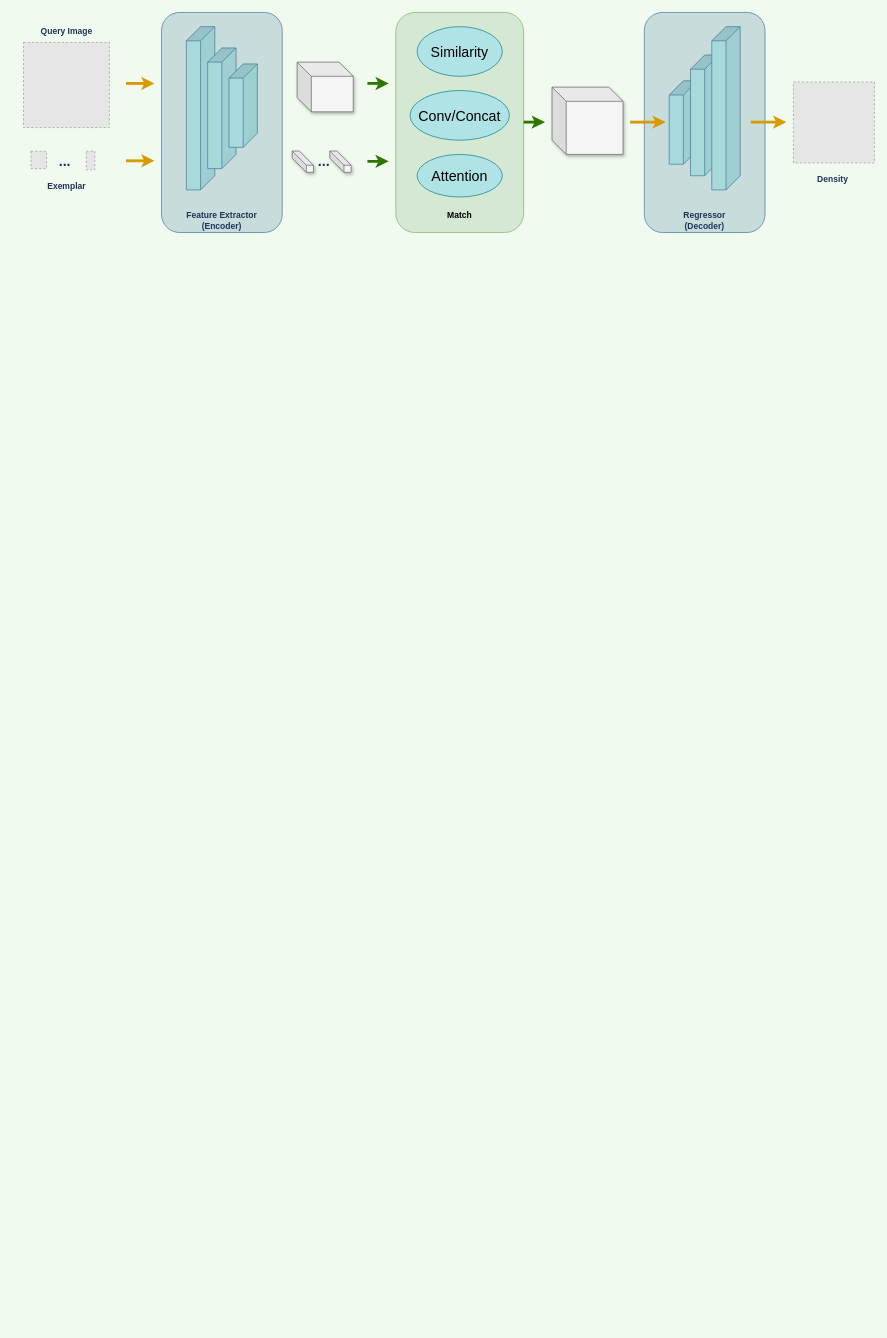
hzg0505/AI keeps this draw.io diagram as 未命名绘图.drawio. Above is the earlier version. Source tidied: cells renumbered, new cells numbered last; positions are measured from the earlier drawing's top-left corner, leaving out a move shared by most shapes. Both pictures are drawn from the tidied source at 71%, with x=0, y=0 at pixel (12, 12). Pictures stored in the file or linked from it are replaced by grey dashed boxes.
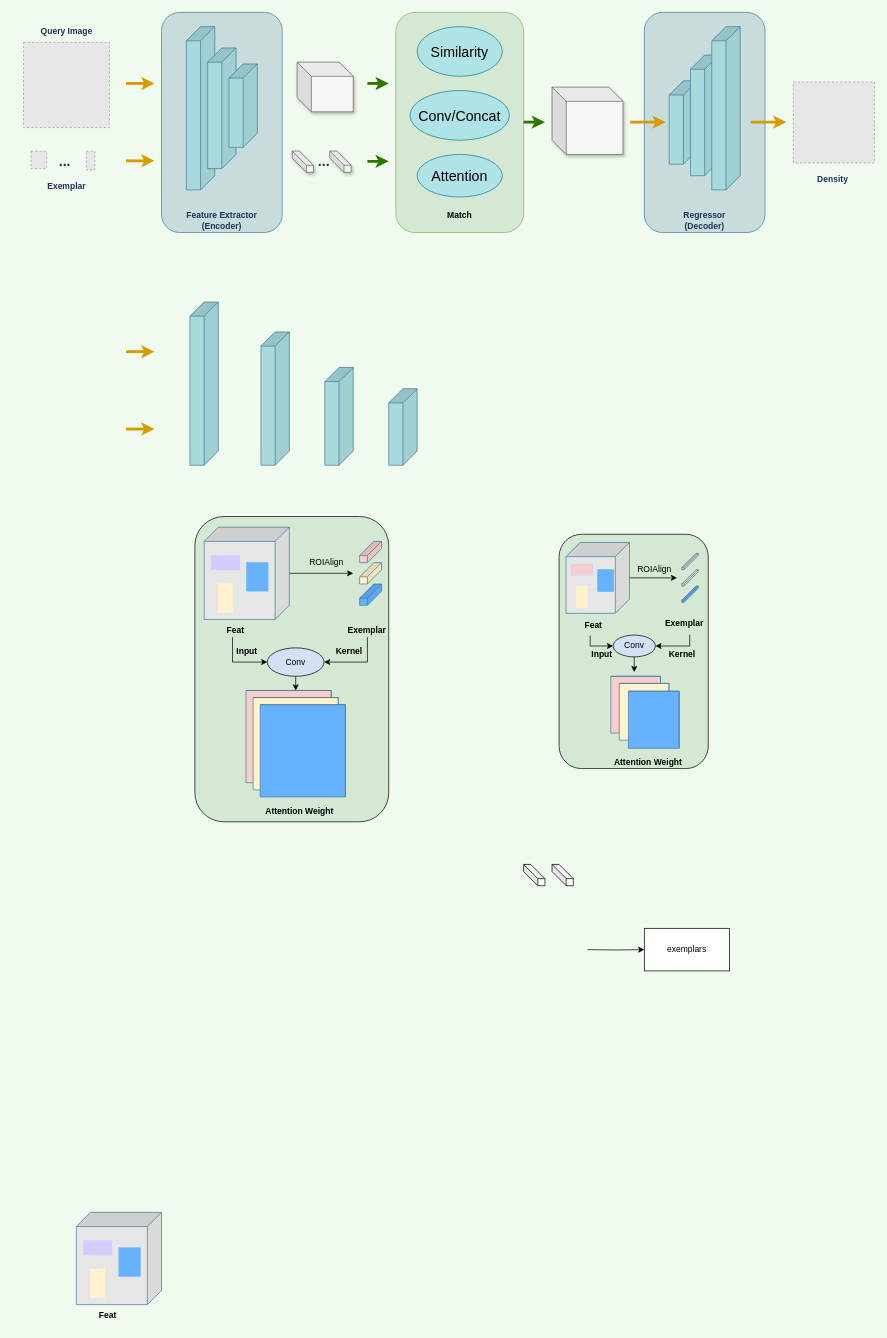
After the change.

Commit message:
更新未命名绘图.drawio

Change to the diagram source:
```diff
@@
+    <mxCell id="39" style="rounded=1;whiteSpace=wrap;html=1;fillColor=#D5E8D4;" parent="1" vertex="1">
+      <mxGeometry x="257" y="710" width="273" height="430" as="geometry" />
+    </mxCell>
@@
+    <mxCell id="40" style="endArrow=classic;html=1;rounded=0;strokeColor=#d79b00;fontSize=20;fontColor=#1D3557;fillColor=#ffcd28;gradientColor=#ffa500;strokeWidth=4;" parent="1" edge="1">
+      <mxGeometry relative="1" as="geometry">
+        <mxPoint x="160" y="586.8" as="sourcePoint" />
+        <mxPoint x="200" y="586.8" as="targetPoint" />
+      </mxGeometry>
+    </mxCell>
+    <mxCell id="41" style="endArrow=classic;html=1;rounded=0;strokeColor=#d79b00;fontSize=20;fontColor=#1D3557;fillColor=#ffcd28;gradientColor=#ffa500;strokeWidth=4;" parent="1" edge="1">
+      <mxGeometry relative="1" as="geometry">
+        <mxPoint x="160" y="477.8" as="sourcePoint" />
+        <mxPoint x="200" y="477.8" as="targetPoint" />
+      </mxGeometry>
+    </mxCell>
+    <mxCell id="42" style="shape=cube;whiteSpace=wrap;html=1;boundedLbl=1;backgroundOutline=1;darkOpacity=0.05;darkOpacity2=0.1;direction=south;fillColor=#A8DADC;strokeColor=#457B9D;sketch=0;fontColor=#1D3557;" parent="1" vertex="1">
+      <mxGeometry x="250" y="407.8" width="40" height="230" as="geometry" />
+    </mxCell>
+    <mxCell id="43" style="shape=cube;whiteSpace=wrap;html=1;boundedLbl=1;backgroundOutline=1;darkOpacity=0.05;darkOpacity2=0.1;direction=south;fillColor=#A8DADC;strokeColor=#457B9D;sketch=0;fontColor=#1D3557;" parent="1" vertex="1">
+      <mxGeometry x="350" y="450" width="40" height="187.8" as="geometry" />
+    </mxCell>
+    <mxCell id="44" style="shape=cube;whiteSpace=wrap;html=1;boundedLbl=1;backgroundOutline=1;darkOpacity=0.05;darkOpacity2=0.1;direction=south;fillColor=#A8DADC;strokeColor=#457B9D;sketch=0;fontColor=#1D3557;" parent="1" vertex="1">
+      <mxGeometry x="440" y="500" width="40" height="137.8" as="geometry" />
+    </mxCell>
+    <mxCell id="45" style="shape=cube;whiteSpace=wrap;html=1;boundedLbl=1;backgroundOutline=1;darkOpacity=0.05;darkOpacity2=0.1;direction=south;fillColor=#A8DADC;strokeColor=#457B9D;sketch=0;fontColor=#1D3557;" parent="1" vertex="1">
+      <mxGeometry x="530" y="530" width="40" height="107.8" as="geometry" />
+    </mxCell>
+    <mxCell id="46" style="edgeStyle=orthogonalEdgeStyle;rounded=0;jettySize=auto;html=1;" parent="1" edge="1" source="47">
+      <mxGeometry relative="1" as="geometry">
+        <mxPoint x="480" y="790" as="targetPoint" />
+      </mxGeometry>
+    </mxCell>
+    <mxCell id="47" style="shape=cube;whiteSpace=wrap;html=1;boundedLbl=1;backgroundOutline=1;darkOpacity=0.05;darkOpacity2=0.1;direction=south;fillColor=#E6E6E6;strokeColor=#457B9D;sketch=0;fontColor=#1D3557;" parent="1" vertex="1">
+      <mxGeometry x="270" y="725" width="120" height="130" as="geometry" />
+    </mxCell>
+    <mxCell id="48" style="shape=cube;whiteSpace=wrap;html=1;boundedLbl=1;backgroundOutline=1;darkOpacity=0.05;darkOpacity2=0.1;direction=south;fillColor=#F8CECC;strokeColor=#457B9D;sketch=0;fontColor=#1D3557;" parent="1" vertex="1">
+      <mxGeometry x="489" y="745" width="31" height="30" as="geometry" />
+    </mxCell>
+    <mxCell id="49" value="ROIAlign" style="text;html=1;align=center;verticalAlign=middle;strokeColor=none;fillColor=none;" parent="1" vertex="1">
+      <mxGeometry x="407" y="760" width="70" height="30" as="geometry" />
+    </mxCell>
+    <mxCell id="50" style="shape=cube;whiteSpace=wrap;html=1;boundedLbl=1;backgroundOutline=1;darkOpacity=0.05;darkOpacity2=0.1;direction=south;fillColor=#FFF2CC;strokeColor=#457B9D;sketch=0;fontColor=#1D3557;" parent="1" vertex="1">
+      <mxGeometry x="489" y="775" width="31" height="30" as="geometry" />
+    </mxCell>
+    <mxCell id="51" style="shape=cube;whiteSpace=wrap;html=1;boundedLbl=1;backgroundOutline=1;darkOpacity=0.05;darkOpacity2=0.1;direction=south;fillColor=#66B2FF;strokeColor=#457B9D;sketch=0;fontColor=#1D3557;" parent="1" vertex="1">
+      <mxGeometry x="489" y="805" width="31" height="30" as="geometry" />
+    </mxCell>
+    <mxCell id="52" style="rounded=0;whiteSpace=wrap;html=1;strokeColor=#D3CCFF;fillColor=#D3CCFF;shadow=0;" parent="1" vertex="1">
+      <mxGeometry x="280" y="765" width="40" height="20" as="geometry" />
+    </mxCell>
+    <mxCell id="53" style="rounded=0;whiteSpace=wrap;html=1;strokeColor=#FFF2CC;fillColor=#FFF2CC;shadow=0;" parent="1" vertex="1">
+      <mxGeometry x="290" y="805" width="20" height="40" as="geometry" />
+    </mxCell>
+    <mxCell id="54" style="rounded=0;whiteSpace=wrap;html=1;strokeColor=#66B2FF;fillColor=#66B2FF;shadow=0;" parent="1" vertex="1">
+      <mxGeometry x="330" y="775" width="30" height="40" as="geometry" />
+    </mxCell>
+    <mxCell id="55" style="edgeStyle=orthogonalEdgeStyle;rounded=0;jettySize=auto;html=1;entryX=1;entryY=0.5;entryDx=0;entryDy=0;" parent="1" edge="1" target="60">
+      <mxGeometry relative="1" as="geometry">
+        <mxPoint x="500" y="880" as="sourcePoint" />
+        <Array as="points">
+          <mxPoint x="500" y="915" />
+        </Array>
+      </mxGeometry>
+    </mxCell>
+    <mxCell id="56" value="&lt;b&gt;Exemplar&lt;/b&gt;" style="text;html=1;align=center;verticalAlign=middle;strokeColor=none;fillColor=none;" parent="1" vertex="1">
+      <mxGeometry x="459" y="855" width="80" height="30" as="geometry" />
+    </mxCell>
+    <mxCell id="57" style="edgeStyle=orthogonalEdgeStyle;rounded=0;jettySize=auto;html=1;" parent="1" edge="1" target="60">
+      <mxGeometry relative="1" as="geometry">
+        <mxPoint x="310" y="880" as="sourcePoint" />
+        <Array as="points">
+          <mxPoint x="310" y="880" />
+          <mxPoint x="310" y="915" />
+        </Array>
+      </mxGeometry>
+    </mxCell>
+    <mxCell id="58" value="&lt;b&gt;Feat&lt;/b&gt;" style="text;html=1;align=center;verticalAlign=middle;strokeColor=none;fillColor=none;" parent="1" vertex="1">
+      <mxGeometry x="289" y="855" width="50" height="30" as="geometry" />
+    </mxCell>
+    <mxCell id="59" style="edgeStyle=orthogonalEdgeStyle;rounded=0;jettySize=auto;html=1;" parent="1" edge="1" source="60">
+      <mxGeometry relative="1" as="geometry">
+        <mxPoint x="399" y="955" as="targetPoint" />
+      </mxGeometry>
+    </mxCell>
+    <mxCell id="60" value="Conv" style="ellipse;whiteSpace=wrap;html=1;fillColor=#D4E1F5;" parent="1" vertex="1">
+      <mxGeometry x="359" y="895" width="80" height="40" as="geometry" />
+    </mxCell>
+    <mxCell id="61" value="&lt;b&gt;Input&lt;/b&gt;" style="text;html=1;align=center;verticalAlign=middle;strokeColor=none;fillColor=none;" parent="1" vertex="1">
+      <mxGeometry x="305" y="885" width="50" height="30" as="geometry" />
+    </mxCell>
+    <mxCell id="62" value="&lt;b&gt;Kernel&lt;/b&gt;" style="text;html=1;align=center;verticalAlign=middle;strokeColor=none;fillColor=none;" parent="1" vertex="1">
+      <mxGeometry x="444" y="885" width="60" height="30" as="geometry" />
+    </mxCell>
+    <mxCell id="63" style="shape=cube;whiteSpace=wrap;html=1;boundedLbl=1;backgroundOutline=1;darkOpacity=0.05;darkOpacity2=0.1;direction=south;fillColor=#F8CECC;strokeColor=#457B9D;sketch=0;fontColor=#1D3557;size=0;" parent="1" vertex="1">
+      <mxGeometry x="329" y="955" width="120" height="130" as="geometry" />
+    </mxCell>
+    <mxCell id="64" value="&lt;b&gt;Attention Weight&lt;/b&gt;" style="text;html=1;align=center;verticalAlign=middle;strokeColor=none;fillColor=none;" parent="1" vertex="1">
+      <mxGeometry x="344" y="1110" width="120" height="30" as="geometry" />
+    </mxCell>
+    <mxCell id="65" style="shape=cube;whiteSpace=wrap;html=1;boundedLbl=1;backgroundOutline=1;darkOpacity=0.05;darkOpacity2=0.1;direction=south;fillColor=#FFF2CC;strokeColor=#457B9D;sketch=0;fontColor=#1D3557;size=0;" parent="1" vertex="1">
+      <mxGeometry x="339" y="965" width="120" height="130" as="geometry" />
+    </mxCell>
+    <mxCell id="66" style="shape=cube;whiteSpace=wrap;html=1;boundedLbl=1;backgroundOutline=1;darkOpacity=0.05;darkOpacity2=0.1;direction=south;fillColor=#66B2FF;strokeColor=#457B9D;sketch=0;fontColor=#1D3557;size=0;" parent="1" vertex="1">
+      <mxGeometry x="349" y="975" width="120" height="130" as="geometry" />
+    </mxCell>
+    <mxCell id="67" style="group;" parent="1" vertex="1">
+      <mxGeometry x="770" y="735" width="210" height="330" as="geometry" />
+    </mxCell>
+    <mxCell id="68" style="rounded=1;whiteSpace=wrap;html=1;fillColor=#D5E8D4;" parent="67" vertex="1">
+      <mxGeometry width="210" height="330" as="geometry" />
+    </mxCell>
+    <mxCell id="69" style="edgeStyle=orthogonalEdgeStyle;rounded=0;jettySize=auto;html=1;" parent="67" edge="1" source="70">
+      <mxGeometry relative="1" as="geometry">
+        <mxPoint x="166.1" y="61.4" as="targetPoint" />
+      </mxGeometry>
+    </mxCell>
+    <mxCell id="70" style="shape=cube;whiteSpace=wrap;html=1;boundedLbl=1;backgroundOutline=1;darkOpacity=0.05;darkOpacity2=0.1;direction=south;fillColor=#E6E6E6;strokeColor=#457B9D;sketch=0;fontColor=#1D3557;" parent="67" vertex="1">
+      <mxGeometry x="9.7" y="11.5" width="89.4" height="99.8" as="geometry" />
+    </mxCell>
+    <mxCell id="71" style="shape=cube;whiteSpace=wrap;html=1;boundedLbl=1;backgroundOutline=1;darkOpacity=0.05;darkOpacity2=0.1;direction=south;fillColor=#F8CECC;strokeColor=#457B9D;sketch=0;fontColor=#1D3557;" parent="67" vertex="1">
+      <mxGeometry x="172.8" y="26.9" width="23.1" height="23" as="geometry" />
+    </mxCell>
+    <mxCell id="72" value="ROIAlign" style="text;html=1;align=center;verticalAlign=middle;strokeColor=none;fillColor=none;" parent="67" vertex="1">
+      <mxGeometry x="99.1" y="35.3" width="70" height="30" as="geometry" />
+    </mxCell>
+    <mxCell id="73" style="shape=cube;whiteSpace=wrap;html=1;boundedLbl=1;backgroundOutline=1;darkOpacity=0.05;darkOpacity2=0.1;direction=south;fillColor=#FFF2CC;strokeColor=#457B9D;sketch=0;fontColor=#1D3557;" parent="67" vertex="1">
+      <mxGeometry x="172.8" y="49.9" width="23.1" height="23" as="geometry" />
+    </mxCell>
+    <mxCell id="74" style="shape=cube;whiteSpace=wrap;html=1;boundedLbl=1;backgroundOutline=1;darkOpacity=0.05;darkOpacity2=0.1;direction=south;fillColor=#66B2FF;strokeColor=#457B9D;sketch=0;fontColor=#1D3557;" parent="67" vertex="1">
+      <mxGeometry x="172.8" y="72.9" width="23.1" height="23" as="geometry" />
+    </mxCell>
+    <mxCell id="75" style="rounded=0;whiteSpace=wrap;html=1;strokeColor=#D3CCFF;fillColor=#F8CECC;shadow=0;" parent="67" vertex="1">
+      <mxGeometry x="17.1" y="42.2" width="29.8" height="15.3" as="geometry" />
+    </mxCell>
+    <mxCell id="76" style="rounded=0;whiteSpace=wrap;html=1;strokeColor=#FFF2CC;fillColor=#FFF2CC;shadow=0;" parent="67" vertex="1">
+      <mxGeometry x="24.6" y="72.9" width="14.9" height="30.7" as="geometry" />
+    </mxCell>
+    <mxCell id="77" style="rounded=0;whiteSpace=wrap;html=1;strokeColor=#66B2FF;fillColor=#66B2FF;shadow=0;" parent="67" vertex="1">
+      <mxGeometry x="54.4" y="49.9" width="22.3" height="30.7" as="geometry" />
+    </mxCell>
+    <mxCell id="78" style="edgeStyle=orthogonalEdgeStyle;rounded=0;jettySize=auto;html=1;entryX=1;entryY=0.5;entryDx=0;entryDy=0;" parent="67" edge="1" source="79" target="82">
+      <mxGeometry relative="1" as="geometry">
+        <Array as="points">
+          <mxPoint x="184" y="157.2" />
+        </Array>
+      </mxGeometry>
+    </mxCell>
+    <mxCell id="79" value="&lt;b&gt;Exemplar&lt;/b&gt;" style="text;html=1;align=center;verticalAlign=middle;points=[];strokeColor=none;fillColor=none;" parent="67" vertex="1">
+      <mxGeometry x="135.5" y="111.3" width="80" height="30" as="geometry" />
+    </mxCell>
+    <mxCell id="80" style="edgeStyle=orthogonalEdgeStyle;rounded=0;jettySize=auto;html=1;entryX=0;entryY=0.5;entryDx=0;entryDy=0;" parent="67" edge="1" source="81" target="82">
+      <mxGeometry relative="1" as="geometry">
+        <Array as="points">
+          <mxPoint x="43.7" y="157.2" />
+        </Array>
+      </mxGeometry>
+    </mxCell>
+    <mxCell id="81" value="&lt;b&gt;Feat&lt;/b&gt;" style="text;html=1;align=center;verticalAlign=middle;points=[];strokeColor=none;fillColor=none;" parent="67" vertex="1">
+      <mxGeometry x="22.8" y="112.9" width="50" height="30" as="geometry" />
+    </mxCell>
+    <mxCell id="82" value="Conv" style="ellipse;whiteSpace=wrap;html=1;fillColor=#D4E1F5;" parent="67" vertex="1">
+      <mxGeometry x="76" y="142" width="59.6" height="30.7" as="geometry" />
+    </mxCell>
+    <mxCell id="83" value="&lt;b&gt;Input&lt;/b&gt;" style="text;html=1;align=center;verticalAlign=middle;strokeColor=none;fillColor=none;" parent="67" vertex="1">
+      <mxGeometry x="34.7" y="155.3" width="50" height="30" as="geometry" />
+    </mxCell>
+    <mxCell id="84" value="&lt;b&gt;Attention Weight&lt;/b&gt;" style="text;html=1;align=center;verticalAlign=middle;strokeColor=none;fillColor=none;" parent="67" vertex="1">
+      <mxGeometry x="64.8" y="307" width="120" height="30" as="geometry" />
+    </mxCell>
+    <mxCell id="85" style="endArrow=classic;html=1;rounded=0;exitX=0.5;exitY=1;exitDx=0;exitDy=0;" parent="67" edge="1" source="82">
+      <mxGeometry relative="1" as="geometry">
+        <mxPoint x="105.8" y="194.1" as="targetPoint" />
+      </mxGeometry>
+    </mxCell>
+    <mxCell id="86" value="&lt;b&gt;Kernel&lt;/b&gt;" style="text;html=1;align=center;verticalAlign=middle;strokeColor=none;fillColor=none;" parent="67" vertex="1">
+      <mxGeometry x="143" y="155.3" width="60" height="30" as="geometry" />
+    </mxCell>
+    <mxCell id="87" style="shape=cube;whiteSpace=wrap;html=1;boundedLbl=1;backgroundOutline=1;darkOpacity=0.05;darkOpacity2=0.1;direction=south;fillColor=#F8CECC;strokeColor=#457B9D;sketch=0;fontColor=#1D3557;size=0;" parent="67" vertex="1">
+      <mxGeometry x="72.8" y="200" width="70" height="80" as="geometry" />
+    </mxCell>
+    <mxCell id="88" style="shape=cube;whiteSpace=wrap;html=1;boundedLbl=1;backgroundOutline=1;darkOpacity=0.05;darkOpacity2=0.1;direction=south;fillColor=#FFF2CC;strokeColor=#457B9D;sketch=0;fontColor=#1D3557;size=0;" parent="67" vertex="1">
+      <mxGeometry x="84.7" y="210" width="70" height="80" as="geometry" />
+    </mxCell>
+    <mxCell id="89" style="shape=cube;whiteSpace=wrap;html=1;boundedLbl=1;backgroundOutline=1;darkOpacity=0.05;darkOpacity2=0.1;direction=south;fillColor=#66B2FF;strokeColor=#457B9D;sketch=0;fontColor=#1D3557;size=0;" parent="67" vertex="1">
+      <mxGeometry x="97.6" y="221" width="71.5" height="80.5" as="geometry" />
+    </mxCell>
+    <mxCell id="90" style="edgeStyle=orthogonalEdgeStyle;rounded=0;jettySize=auto;html=1;" parent="1" edge="1" target="91">
+      <mxGeometry relative="1" as="geometry">
+        <mxPoint x="810" y="1320" as="sourcePoint" />
+      </mxGeometry>
+    </mxCell>
+    <mxCell id="91" value="exemplars" style="rounded=0;whiteSpace=wrap;html=1;" parent="1" vertex="1">
+      <mxGeometry x="890" y="1290" width="120" height="60" as="geometry" />
+    </mxCell>
+    <mxCell id="92" style="shape=cube;whiteSpace=wrap;html=1;boundedLbl=1;backgroundOutline=1;darkOpacity=0.05;darkOpacity2=0.1;" parent="1" vertex="1">
+      <mxGeometry x="720" y="1200" width="30" height="30" as="geometry" />
+    </mxCell>
+    <mxCell id="93" style="shape=cube;whiteSpace=wrap;html=1;boundedLbl=1;backgroundOutline=1;darkOpacity=0.05;darkOpacity2=0.1;" parent="1" vertex="1">
+      <mxGeometry x="760" y="1200" width="30" height="30" as="geometry" />
+    </mxCell>
+    <mxCell id="94" style="shape=cube;whiteSpace=wrap;html=1;boundedLbl=1;backgroundOutline=1;darkOpacity=0.05;darkOpacity2=0.1;direction=south;fillColor=#E6E6E6;strokeColor=#457B9D;sketch=0;fontColor=#1D3557;" parent="1" vertex="1">
+      <mxGeometry x="90" y="1690" width="120" height="130" as="geometry" />
+    </mxCell>
+    <mxCell id="95" style="rounded=0;whiteSpace=wrap;html=1;strokeColor=#D3CCFF;fillColor=#D3CCFF;shadow=0;" parent="1" vertex="1">
+      <mxGeometry x="100" y="1730" width="40" height="20" as="geometry" />
+    </mxCell>
+    <mxCell id="96" style="rounded=0;whiteSpace=wrap;html=1;strokeColor=#FFF2CC;fillColor=#FFF2CC;shadow=0;" parent="1" vertex="1">
+      <mxGeometry x="110" y="1770" width="20" height="40" as="geometry" />
+    </mxCell>
+    <mxCell id="97" style="rounded=0;whiteSpace=wrap;html=1;strokeColor=#66B2FF;fillColor=#66B2FF;shadow=0;" parent="1" vertex="1">
+      <mxGeometry x="150" y="1740" width="30" height="40" as="geometry" />
+    </mxCell>
+    <mxCell id="98" value="&lt;b&gt;Feat&lt;/b&gt;" style="text;html=1;align=center;verticalAlign=middle;strokeColor=none;fillColor=none;" parent="1" vertex="1">
+      <mxGeometry x="109" y="1820" width="50" height="30" as="geometry" />
+    </mxCell>
```
